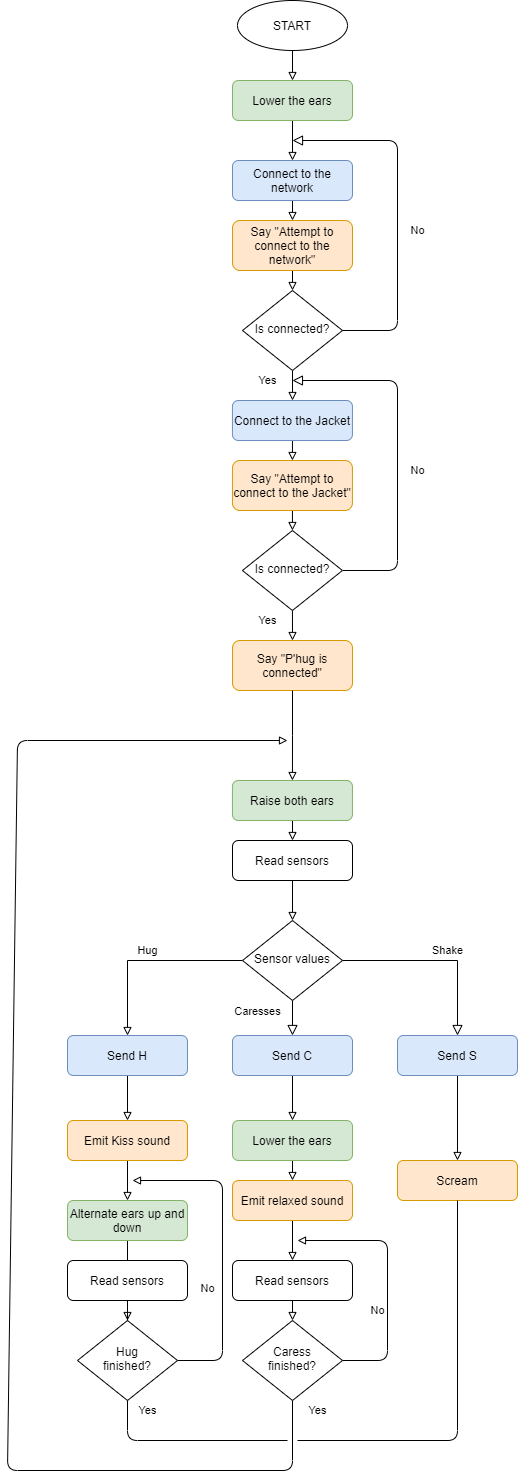
The draw.io diagram Documentation/Flowchart/Flowchart_Giffy.png in AlessandroBarbiero/P-Hug, before a commit. Source tidied: cells renumbered, new cells last; positions are measured from the earlier drawing's top-left corner, leaving out a move shared by most shapes. Source of this version:
```xml
<mxGraphModel>
  <root>
    <mxCell id="0" />
    <mxCell id="1" parent="0" />
    <mxCell id="2" value="No" style="edgeStyle=orthogonalEdgeStyle;rounded=1;html=1;jettySize=auto;fontSize=11;endArrow=block;endFill=0;endSize=8;strokeWidth=1;shadow=0;labelBackgroundColor=none;" parent="1" edge="1" source="4">
      <mxGeometry x="-0.11" y="-20" relative="1" as="geometry">
        <mxPoint x="285" y="140" as="targetPoint" />
        <Array as="points">
          <mxPoint x="390" y="330" />
          <mxPoint x="390" y="140" />
        </Array>
      </mxGeometry>
    </mxCell>
    <mxCell id="3" value="Yes" style="edgeStyle=orthogonalEdgeStyle;rounded=0;jettySize=auto;html=1;exitX=0.5;exitY=1;exitDx=0;exitDy=0;entryX=0.5;entryY=0;entryDx=0;entryDy=0;endArrow=block;endFill=0;" parent="1" edge="1" source="4">
      <mxGeometry x="-0.33" y="-25" relative="1" as="geometry">
        <mxPoint x="285" y="400" as="targetPoint" />
      </mxGeometry>
    </mxCell>
    <mxCell id="4" value="Is connected?" style="rhombus;whiteSpace=wrap;html=1;shadow=0;fontFamily=Helvetica;fontSize=12;align=center;strokeWidth=1;spacing=6;spacingTop=-4;" parent="1" vertex="1">
      <mxGeometry x="235" y="290" width="100" height="80" as="geometry" />
    </mxCell>
    <mxCell id="5" value="Caresses" style="rounded=0;html=1;jettySize=auto;fontSize=11;endArrow=block;endFill=0;endSize=8;strokeWidth=1;shadow=0;labelBackgroundColor=none;edgeStyle=orthogonalEdgeStyle;" parent="1" edge="1" source="8" target="10">
      <mxGeometry x="-0.55" y="-35" relative="1" as="geometry">
        <mxPoint y="1" as="offset" />
      </mxGeometry>
    </mxCell>
    <mxCell id="6" value="Shake" style="edgeStyle=orthogonalEdgeStyle;rounded=0;html=1;jettySize=auto;fontSize=11;endArrow=block;endFill=0;endSize=8;strokeWidth=1;shadow=0;labelBackgroundColor=none;" parent="1" edge="1" source="8" target="12">
      <mxGeometry x="0.11" y="10" relative="1" as="geometry" />
    </mxCell>
    <mxCell id="7" value="Hug" style="edgeStyle=orthogonalEdgeStyle;rounded=0;jettySize=auto;html=1;exitX=0;exitY=0.5;exitDx=0;exitDy=0;endArrow=block;endFill=0;" parent="1" edge="1" source="8" target="18">
      <mxGeometry y="-10" relative="1" as="geometry" />
    </mxCell>
    <mxCell id="8" value="Sensor values" style="rhombus;whiteSpace=wrap;html=1;shadow=0;fontFamily=Helvetica;fontSize=12;align=center;strokeWidth=1;spacing=6;spacingTop=-4;" parent="1" vertex="1">
      <mxGeometry x="235" y="920" width="100" height="80" as="geometry" />
    </mxCell>
    <mxCell id="9" style="edgeStyle=orthogonalEdgeStyle;rounded=0;jettySize=auto;html=1;exitX=0.5;exitY=1;exitDx=0;exitDy=0;entryX=0.5;entryY=0;entryDx=0;entryDy=0;endArrow=block;endFill=0;" parent="1" edge="1" source="10" target="21">
      <mxGeometry relative="1" as="geometry" />
    </mxCell>
    <mxCell id="10" value="Send C" style="rounded=1;whiteSpace=wrap;html=1;fontSize=12;glass=0;strokeWidth=1;shadow=0;fillColor=#dae8fc;strokeColor=#6c8ebf;" parent="1" vertex="1">
      <mxGeometry x="225" y="1035" width="120" height="40" as="geometry" />
    </mxCell>
    <mxCell id="11" style="edgeStyle=orthogonalEdgeStyle;rounded=0;jettySize=auto;html=1;exitX=0.5;exitY=1;exitDx=0;exitDy=0;entryX=0.5;entryY=0;entryDx=0;entryDy=0;endArrow=block;endFill=0;" parent="1" edge="1" source="12" target="22">
      <mxGeometry relative="1" as="geometry" />
    </mxCell>
    <mxCell id="12" value="Send S" style="rounded=1;whiteSpace=wrap;html=1;fontSize=12;glass=0;strokeWidth=1;shadow=0;fillColor=#dae8fc;strokeColor=#6c8ebf;" parent="1" vertex="1">
      <mxGeometry x="390" y="1035" width="120" height="40" as="geometry" />
    </mxCell>
    <mxCell id="13" style="edgeStyle=orthogonalEdgeStyle;rounded=0;jettySize=auto;html=1;exitX=0.5;exitY=1;exitDx=0;exitDy=0;entryX=0.5;entryY=0;entryDx=0;entryDy=0;endArrow=block;endFill=0;" parent="1" edge="1" source="14" target="27">
      <mxGeometry relative="1" as="geometry" />
    </mxCell>
    <mxCell id="14" value="START" style="ellipse;whiteSpace=wrap;html=1;" parent="1" vertex="1">
      <mxGeometry x="230" width="110" height="50" as="geometry" />
    </mxCell>
    <mxCell id="15" style="edgeStyle=orthogonalEdgeStyle;rounded=0;jettySize=auto;html=1;exitX=0.5;exitY=1;exitDx=0;exitDy=0;entryX=0.5;entryY=0;entryDx=0;entryDy=0;endArrow=block;endFill=0;" parent="1" edge="1" source="16" target="8">
      <mxGeometry relative="1" as="geometry" />
    </mxCell>
    <mxCell id="16" value="Read sensors" style="rounded=1;whiteSpace=wrap;html=1;fontSize=12;glass=0;strokeWidth=1;shadow=0;" parent="1" vertex="1">
      <mxGeometry x="225" y="840" width="120" height="40" as="geometry" />
    </mxCell>
    <mxCell id="17" style="edgeStyle=orthogonalEdgeStyle;rounded=0;jettySize=auto;html=1;entryX=0.5;entryY=0;entryDx=0;entryDy=0;endArrow=block;endFill=0;" parent="1" edge="1" source="18" target="53">
      <mxGeometry relative="1" as="geometry" />
    </mxCell>
    <mxCell id="18" value="Send H" style="rounded=1;whiteSpace=wrap;html=1;fontSize=12;glass=0;strokeWidth=1;shadow=0;fillColor=#dae8fc;strokeColor=#6c8ebf;" parent="1" vertex="1">
      <mxGeometry x="60" y="1035" width="120" height="40" as="geometry" />
    </mxCell>
    <mxCell id="19" style="edgeStyle=orthogonalEdgeStyle;rounded=0;jettySize=auto;html=1;exitX=0.5;exitY=1;exitDx=0;exitDy=0;entryX=0.5;entryY=0;entryDx=0;entryDy=0;endArrow=block;endFill=0;" parent="1" edge="1" target="54">
      <mxGeometry relative="1" as="geometry">
        <mxPoint x="120" y="1160" as="sourcePoint" />
      </mxGeometry>
    </mxCell>
    <mxCell id="20" style="edgeStyle=orthogonalEdgeStyle;rounded=0;jettySize=auto;html=1;exitX=0.5;exitY=1;exitDx=0;exitDy=0;entryX=0.5;entryY=0;entryDx=0;entryDy=0;endArrow=block;endFill=0;" parent="1" edge="1" source="21" target="42">
      <mxGeometry relative="1" as="geometry" />
    </mxCell>
    <mxCell id="21" value="Lower the ears" style="rounded=1;whiteSpace=wrap;html=1;fontSize=12;glass=0;strokeWidth=1;shadow=0;fillColor=#d5e8d4;strokeColor=#82b366;" parent="1" vertex="1">
      <mxGeometry x="225" y="1120" width="120" height="40" as="geometry" />
    </mxCell>
    <mxCell id="22" value="Scream" style="rounded=1;whiteSpace=wrap;html=1;fontSize=12;glass=0;strokeWidth=1;shadow=0;fillColor=#ffe6cc;strokeColor=#d79b00;" parent="1" vertex="1">
      <mxGeometry x="390" y="1160" width="120" height="40" as="geometry" />
    </mxCell>
    <mxCell id="23" value="Yes" style="endArrow=none;html=1;entryX=0.5;entryY=1;entryDx=0;entryDy=0;" parent="1" edge="1">
      <mxGeometry y="-20" relative="1" as="geometry">
        <mxPoint x="280" y="1440" as="sourcePoint" />
        <mxPoint x="120" y="1220" as="targetPoint" />
        <Array as="points">
          <mxPoint x="120" y="1440" />
        </Array>
      </mxGeometry>
    </mxCell>
    <mxCell id="24" style="endArrow=none;html=1;entryX=0.5;entryY=1;entryDx=0;entryDy=0;" parent="1" edge="1" target="22">
      <mxGeometry relative="1" as="geometry">
        <mxPoint x="290" y="1440" as="sourcePoint" />
        <Array as="points">
          <mxPoint x="450" y="1440" />
        </Array>
      </mxGeometry>
    </mxCell>
    <mxCell id="25" value="Yes" style="endArrow=none;html=1;endFill=0;startArrow=block;startFill=0;entryX=0.5;entryY=1;entryDx=0;entryDy=0;" parent="1" edge="1" target="46">
      <mxGeometry x="0.99" y="-25" relative="1" as="geometry">
        <mxPoint x="280" y="740" as="sourcePoint" />
        <Array as="points">
          <mxPoint x="10" y="740" />
          <mxPoint y="1470" />
          <mxPoint x="285" y="1470" />
        </Array>
      </mxGeometry>
    </mxCell>
    <mxCell id="26" style="edgeStyle=orthogonalEdgeStyle;rounded=0;jettySize=auto;html=1;entryX=0.5;entryY=0;entryDx=0;entryDy=0;endArrow=block;endFill=0;" parent="1" edge="1" source="27" target="29">
      <mxGeometry relative="1" as="geometry" />
    </mxCell>
    <mxCell id="27" value="Lower the ears" style="rounded=1;whiteSpace=wrap;html=1;fontSize=12;glass=0;strokeWidth=1;shadow=0;fillColor=#d5e8d4;strokeColor=#82b366;" parent="1" vertex="1">
      <mxGeometry x="225" y="80" width="120" height="40" as="geometry" />
    </mxCell>
    <mxCell id="28" style="edgeStyle=orthogonalEdgeStyle;rounded=0;jettySize=auto;html=1;exitX=0.5;exitY=1;exitDx=0;exitDy=0;entryX=0.5;entryY=0;entryDx=0;entryDy=0;endArrow=block;endFill=0;" parent="1" edge="1" source="29" target="31">
      <mxGeometry relative="1" as="geometry" />
    </mxCell>
    <mxCell id="29" value="Connect to the network" style="rounded=1;whiteSpace=wrap;html=1;fontSize=12;glass=0;strokeWidth=1;shadow=0;fillColor=#dae8fc;strokeColor=#6c8ebf;" parent="1" vertex="1">
      <mxGeometry x="225" y="160" width="120" height="40" as="geometry" />
    </mxCell>
    <mxCell id="30" style="edgeStyle=orthogonalEdgeStyle;rounded=0;jettySize=auto;html=1;exitX=0.5;exitY=1;exitDx=0;exitDy=0;entryX=0.5;entryY=0;entryDx=0;entryDy=0;endArrow=block;endFill=0;" parent="1" edge="1" source="31" target="4">
      <mxGeometry relative="1" as="geometry" />
    </mxCell>
    <mxCell id="31" value="Say &quot;Attempt to connect to the network&quot;" style="rounded=1;whiteSpace=wrap;html=1;fontSize=12;glass=0;strokeWidth=1;shadow=0;fillColor=#ffe6cc;strokeColor=#d79b00;" parent="1" vertex="1">
      <mxGeometry x="225" y="220" width="120" height="50" as="geometry" />
    </mxCell>
    <mxCell id="32" value="No" style="edgeStyle=orthogonalEdgeStyle;rounded=1;html=1;jettySize=auto;fontSize=11;endArrow=block;endFill=0;endSize=8;strokeWidth=1;shadow=0;labelBackgroundColor=none;jumpStyle=none;" parent="1" edge="1" source="34">
      <mxGeometry x="-0.11" y="-20" relative="1" as="geometry">
        <mxPoint x="284.9" y="380" as="targetPoint" />
        <Array as="points">
          <mxPoint x="389.9" y="570" />
          <mxPoint x="389.9" y="380" />
        </Array>
      </mxGeometry>
    </mxCell>
    <mxCell id="33" value="Yes" style="edgeStyle=orthogonalEdgeStyle;rounded=0;jettySize=auto;html=1;exitX=0.5;exitY=1;exitDx=0;exitDy=0;entryX=0.5;entryY=0;entryDx=0;entryDy=0;endArrow=block;endFill=0;" parent="1" edge="1" source="34" target="40">
      <mxGeometry x="-0.33" y="-25" relative="1" as="geometry" />
    </mxCell>
    <mxCell id="34" value="Is connected?" style="rhombus;whiteSpace=wrap;html=1;shadow=0;fontFamily=Helvetica;fontSize=12;align=center;strokeWidth=1;spacing=6;spacingTop=-4;" parent="1" vertex="1">
      <mxGeometry x="234.9" y="530" width="100" height="80" as="geometry" />
    </mxCell>
    <mxCell id="35" style="edgeStyle=orthogonalEdgeStyle;rounded=0;jettySize=auto;html=1;exitX=0.5;exitY=1;exitDx=0;exitDy=0;entryX=0.5;entryY=0;entryDx=0;entryDy=0;endArrow=block;endFill=0;" parent="1" edge="1" source="36" target="38">
      <mxGeometry relative="1" as="geometry" />
    </mxCell>
    <mxCell id="36" value="Connect to the Jacket" style="rounded=1;whiteSpace=wrap;html=1;fontSize=12;glass=0;strokeWidth=1;shadow=0;fillColor=#dae8fc;strokeColor=#6c8ebf;" parent="1" vertex="1">
      <mxGeometry x="224.9" y="400" width="120" height="40" as="geometry" />
    </mxCell>
    <mxCell id="37" style="edgeStyle=orthogonalEdgeStyle;rounded=0;jettySize=auto;html=1;exitX=0.5;exitY=1;exitDx=0;exitDy=0;entryX=0.5;entryY=0;entryDx=0;entryDy=0;endArrow=block;endFill=0;" parent="1" edge="1" source="38" target="34">
      <mxGeometry relative="1" as="geometry" />
    </mxCell>
    <mxCell id="38" value="Say &quot;Attempt to connect to the Jacket&quot;" style="rounded=1;whiteSpace=wrap;html=1;fontSize=12;glass=0;strokeWidth=1;shadow=0;fillColor=#ffe6cc;strokeColor=#d79b00;" parent="1" vertex="1">
      <mxGeometry x="224.9" y="460" width="120" height="50" as="geometry" />
    </mxCell>
    <mxCell id="39" style="edgeStyle=orthogonalEdgeStyle;rounded=0;jettySize=auto;html=1;entryX=0.5;entryY=0;entryDx=0;entryDy=0;endArrow=block;endFill=0;" parent="1" edge="1" source="43" target="16">
      <mxGeometry relative="1" as="geometry" />
    </mxCell>
    <mxCell id="40" value="Say &quot;P'hug is connected&quot;" style="rounded=1;whiteSpace=wrap;html=1;fontSize=12;glass=0;strokeWidth=1;shadow=0;fillColor=#ffe6cc;strokeColor=#d79b00;" parent="1" vertex="1">
      <mxGeometry x="225" y="640" width="120" height="50" as="geometry" />
    </mxCell>
    <mxCell id="41" style="edgeStyle=none;rounded=1;jumpStyle=none;jettySize=auto;html=1;exitX=0.5;exitY=1;exitDx=0;exitDy=0;entryX=0.5;entryY=0;entryDx=0;entryDy=0;endArrow=block;endFill=0;" parent="1" edge="1" source="42" target="48">
      <mxGeometry relative="1" as="geometry" />
    </mxCell>
    <mxCell id="42" value="Emit relaxed sound" style="rounded=1;whiteSpace=wrap;html=1;fontSize=12;glass=0;strokeWidth=1;shadow=0;fillColor=#ffe6cc;strokeColor=#d79b00;" parent="1" vertex="1">
      <mxGeometry x="225" y="1180" width="120" height="40" as="geometry" />
    </mxCell>
    <mxCell id="43" value="Raise both ears" style="rounded=1;whiteSpace=wrap;html=1;fontSize=12;glass=0;strokeWidth=1;shadow=0;fillColor=#d5e8d4;strokeColor=#82b366;" parent="1" vertex="1">
      <mxGeometry x="224.9" y="780" width="120" height="40" as="geometry" />
    </mxCell>
    <mxCell id="44" style="edgeStyle=orthogonalEdgeStyle;rounded=0;jettySize=auto;html=1;entryX=0.5;entryY=0;entryDx=0;entryDy=0;endArrow=block;endFill=0;" parent="1" edge="1" source="40" target="43">
      <mxGeometry relative="1" as="geometry" />
    </mxCell>
    <mxCell id="45" value="No" style="edgeStyle=orthogonalEdgeStyle;rounded=1;jettySize=auto;html=1;endArrow=block;endFill=0;" parent="1" edge="1" source="46">
      <mxGeometry x="-0.25" y="10" relative="1" as="geometry">
        <mxPoint x="290" y="1240" as="targetPoint" />
        <Array as="points">
          <mxPoint x="380" y="1360" />
        </Array>
      </mxGeometry>
    </mxCell>
    <mxCell id="46" value="Caress&lt;br&gt;finished?" style="rhombus;whiteSpace=wrap;html=1;shadow=0;fontFamily=Helvetica;fontSize=12;align=center;strokeWidth=1;spacing=6;spacingTop=-4;" parent="1" vertex="1">
      <mxGeometry x="235" y="1320" width="100" height="80" as="geometry" />
    </mxCell>
    <mxCell id="47" style="edgeStyle=orthogonalEdgeStyle;rounded=0;jettySize=auto;html=1;exitX=0.5;exitY=1;exitDx=0;exitDy=0;entryX=0.5;entryY=0;entryDx=0;entryDy=0;endArrow=block;endFill=0;" parent="1" edge="1" source="48" target="46">
      <mxGeometry relative="1" as="geometry" />
    </mxCell>
    <mxCell id="48" value="Read sensors" style="rounded=1;whiteSpace=wrap;html=1;fontSize=12;glass=0;strokeWidth=1;shadow=0;" parent="1" vertex="1">
      <mxGeometry x="225" y="1260" width="120" height="40" as="geometry" />
    </mxCell>
    <mxCell id="49" value="No" style="edgeStyle=orthogonalEdgeStyle;rounded=1;jettySize=auto;html=1;endArrow=block;endFill=0;" parent="1" edge="1" source="50">
      <mxGeometry x="-0.25" y="15" relative="1" as="geometry">
        <mxPoint x="125" y="1180" as="targetPoint" />
        <Array as="points">
          <mxPoint x="215" y="1360" />
        </Array>
      </mxGeometry>
    </mxCell>
    <mxCell id="50" value="Hug&lt;br&gt;finished?" style="rhombus;whiteSpace=wrap;html=1;shadow=0;fontFamily=Helvetica;fontSize=12;align=center;strokeWidth=1;spacing=6;spacingTop=-4;" parent="1" vertex="1">
      <mxGeometry x="70" y="1320" width="100" height="80" as="geometry" />
    </mxCell>
    <mxCell id="51" style="edgeStyle=orthogonalEdgeStyle;rounded=0;jettySize=auto;html=1;exitX=0.5;exitY=1;exitDx=0;exitDy=0;entryX=0.5;entryY=0;entryDx=0;entryDy=0;endArrow=block;endFill=0;" parent="1" edge="1" source="52" target="50">
      <mxGeometry relative="1" as="geometry" />
    </mxCell>
    <mxCell id="52" value="Read sensors" style="rounded=1;whiteSpace=wrap;html=1;fontSize=12;glass=0;strokeWidth=1;shadow=0;" parent="1" vertex="1">
      <mxGeometry x="60" y="1260" width="120" height="40" as="geometry" />
    </mxCell>
    <mxCell id="53" value="Emit Kiss sound" style="rounded=1;whiteSpace=wrap;html=1;fontSize=12;glass=0;strokeWidth=1;shadow=0;fillColor=#ffe6cc;strokeColor=#d79b00;" parent="1" vertex="1">
      <mxGeometry x="60" y="1120" width="120" height="40" as="geometry" />
    </mxCell>
    <mxCell id="54" value="Alternate ears up and down" style="rounded=1;whiteSpace=wrap;html=1;fontSize=12;glass=0;strokeWidth=1;shadow=0;fillColor=#d5e8d4;strokeColor=#82b366;" parent="1" vertex="1">
      <mxGeometry x="60" y="1200" width="120" height="40" as="geometry" />
    </mxCell>
  </root>
</mxGraphModel>
```
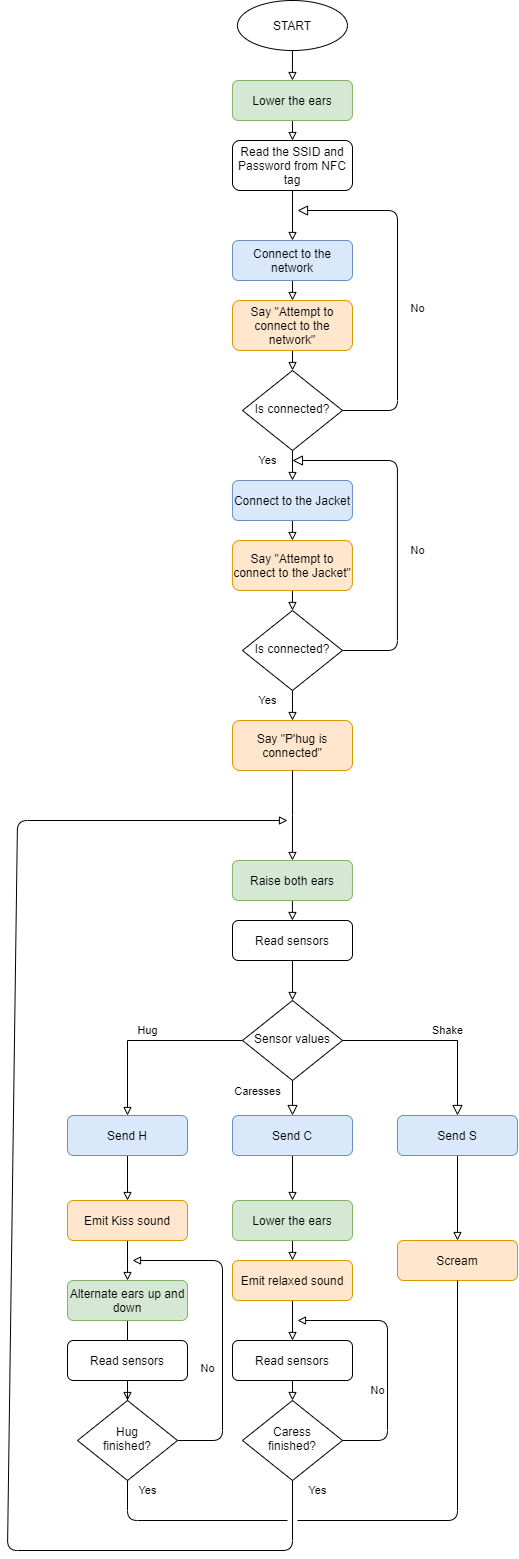
Later version of the same file.

Diff of the diagram source:
```diff
@@ -4,10 +4,10 @@
     <mxCell id="1" parent="0" />
     <mxCell id="2" value="No" style="edgeStyle=orthogonalEdgeStyle;rounded=1;html=1;jettySize=auto;fontSize=11;endArrow=block;endFill=0;endSize=8;strokeWidth=1;shadow=0;labelBackgroundColor=none;" parent="1" edge="1" source="4">
       <mxGeometry x="-0.11" y="-20" relative="1" as="geometry">
-        <mxPoint x="285" y="140" as="targetPoint" />
+        <mxPoint x="290" y="130" as="targetPoint" />
         <Array as="points">
           <mxPoint x="390" y="330" />
-          <mxPoint x="390" y="140" />
+          <mxPoint x="390" y="130" />
         </Array>
       </mxGeometry>
     </mxCell>
@@ -49,7 +49,7 @@
       <mxGeometry relative="1" as="geometry" />
     </mxCell>
     <mxCell id="14" value="START" style="ellipse;whiteSpace=wrap;html=1;" parent="1" vertex="1">
-      <mxGeometry x="230" width="110" height="50" as="geometry" />
+      <mxGeometry x="229.9" y="-80" width="110" height="50" as="geometry" />
     </mxCell>
     <mxCell id="15" style="edgeStyle=orthogonalEdgeStyle;rounded=0;jettySize=auto;html=1;exitX=0.5;exitY=1;exitDx=0;exitDy=0;entryX=0.5;entryY=0;entryDx=0;entryDy=0;endArrow=block;endFill=0;" parent="1" edge="1" source="16" target="8">
       <mxGeometry relative="1" as="geometry" />
@@ -104,11 +104,11 @@
         </Array>
       </mxGeometry>
     </mxCell>
-    <mxCell id="26" style="edgeStyle=orthogonalEdgeStyle;rounded=0;jettySize=auto;html=1;entryX=0.5;entryY=0;entryDx=0;entryDy=0;endArrow=block;endFill=0;" parent="1" edge="1" source="27" target="29">
-      <mxGeometry relative="1" as="geometry" />
-    </mxCell>
+    <mxCell id="55" style="edgeStyle=orthogonalEdgeStyle;rounded=0;jettySize=auto;html=1;exitX=0.5;exitY=1;exitDx=0;exitDy=0;entryX=0.5;entryY=0;entryDx=0;entryDy=0;endArrow=block;endFill=0;" parent="1" edge="1" source="27" target="57">
+      <mxGeometry relative="1" as="geometry" />
+    </mxCell>
     <mxCell id="27" value="Lower the ears" style="rounded=1;whiteSpace=wrap;html=1;fontSize=12;glass=0;strokeWidth=1;shadow=0;fillColor=#d5e8d4;strokeColor=#82b366;" parent="1" vertex="1">
-      <mxGeometry x="225" y="80" width="120" height="40" as="geometry" />
+      <mxGeometry x="224.9" width="120" height="40" as="geometry" />
     </mxCell>
     <mxCell id="28" style="edgeStyle=orthogonalEdgeStyle;rounded=0;jettySize=auto;html=1;exitX=0.5;exitY=1;exitDx=0;exitDy=0;entryX=0.5;entryY=0;entryDx=0;entryDy=0;endArrow=block;endFill=0;" parent="1" edge="1" source="29" target="31">
       <mxGeometry relative="1" as="geometry" />
@@ -207,5 +207,11 @@
     <mxCell id="54" value="Alternate ears up and down" style="rounded=1;whiteSpace=wrap;html=1;fontSize=12;glass=0;strokeWidth=1;shadow=0;fillColor=#d5e8d4;strokeColor=#82b366;" parent="1" vertex="1">
       <mxGeometry x="60" y="1200" width="120" height="40" as="geometry" />
     </mxCell>
+    <mxCell id="56" style="edgeStyle=orthogonalEdgeStyle;rounded=0;jettySize=auto;html=1;exitX=0.5;exitY=1;exitDx=0;exitDy=0;entryX=0.5;entryY=0;entryDx=0;entryDy=0;endArrow=block;endFill=0;" parent="1" edge="1" source="57" target="29">
+      <mxGeometry relative="1" as="geometry" />
+    </mxCell>
+    <mxCell id="57" value="Read the SSID and Password from NFC tag" style="rounded=1;whiteSpace=wrap;html=1;fontSize=12;glass=0;strokeWidth=1;shadow=0;" parent="1" vertex="1">
+      <mxGeometry x="225" y="60" width="120" height="50" as="geometry" />
+    </mxCell>
   </root>
 </mxGraphModel>
```
